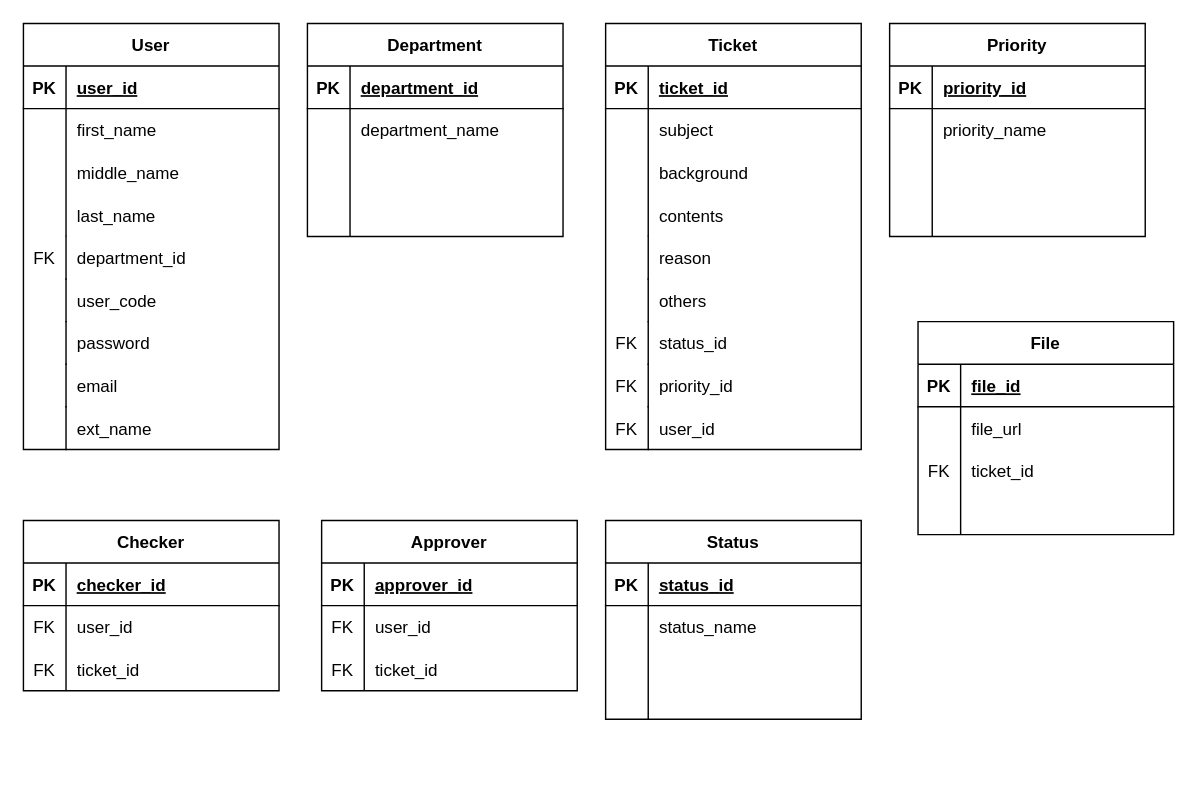
Before: diagrams/ERD.drawio in JRCRT/ticketing_system, a draw.io diagram. Source tidied: cells renumbered, new cells numbered last; positions are measured from the earlier drawing's top-left corner, leaving out a move shared by most shapes. Both pictures are drawn from the tidied source at 142%, with x=0, y=0 at pixel (23, 23).
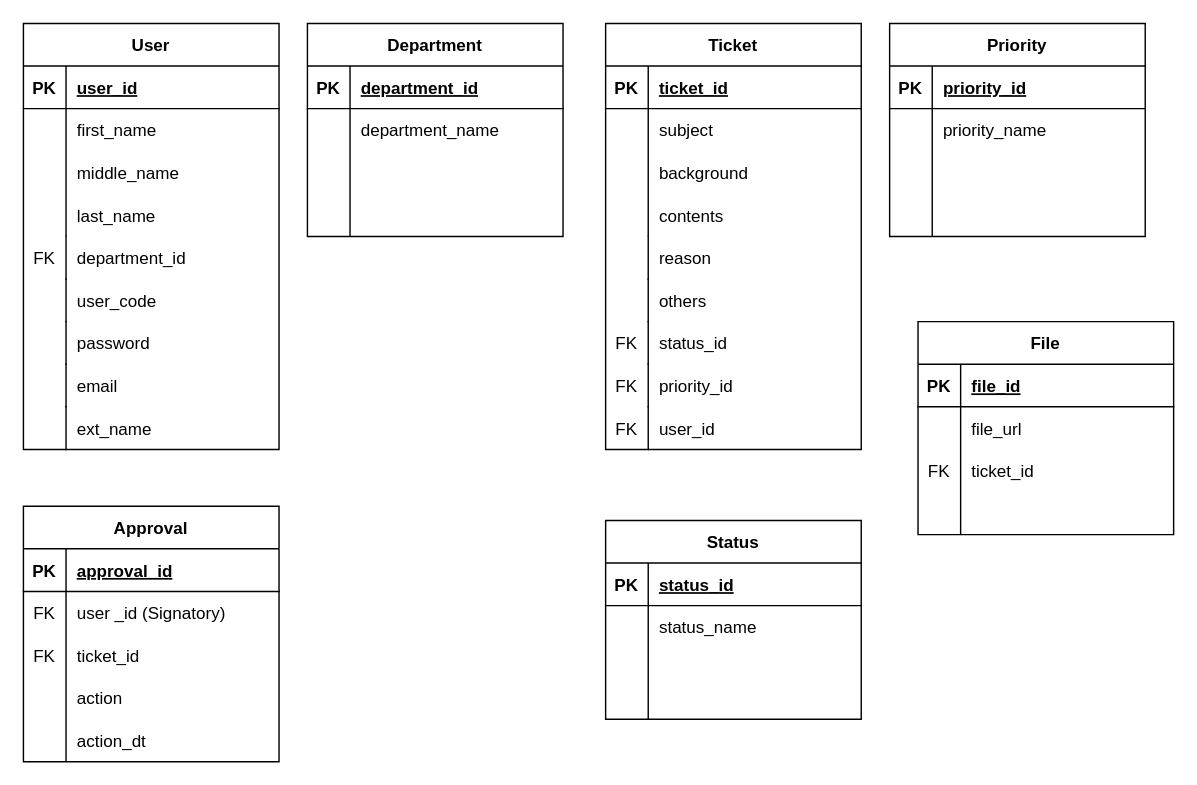
The same page after the edit.

Unchanged cells that the change refers to:
```xml
<mxCell id="63" style="shape=tableRow;horizontal=0;startSize=0;swimlaneHead=0;swimlaneBody=0;fillColor=none;top=0;left=0;right=0;bottom=1;" parent="62" vertex="1">
  <mxGeometry y="30" width="180" height="30" as="geometry" />
</mxCell>
<mxCell id="66" style="shape=tableRow;horizontal=0;startSize=0;swimlaneHead=0;swimlaneBody=0;fillColor=none;top=0;left=0;right=0;bottom=0;" parent="62" vertex="1">
  <mxGeometry y="60" width="180" height="30" as="geometry" />
</mxCell>
```

The edit, as a diff of the source:
```diff
@@
-    <mxCell id="52" value="Checker" style="shape=table;startSize=30;childLayout=tableLayout;rowLines=0;fontStyle=1;align=center;" parent="1" vertex="1">
-      <mxGeometry y="350" width="180" height="120" as="geometry" />
-    </mxCell>
-    <mxCell id="53" style="shape=tableRow;horizontal=0;startSize=0;swimlaneHead=0;swimlaneBody=0;fillColor=none;top=0;left=0;right=0;bottom=1;" parent="52" vertex="1">
-      <mxGeometry y="30" width="180" height="30" as="geometry" />
-    </mxCell>
-    <mxCell id="54" value="PK" style="shape=partialRectangle;fillColor=none;top=0;left=0;bottom=0;right=0;fontStyle=1;overflow=hidden;" parent="53" vertex="1">
-      <mxGeometry width="30" height="30" as="geometry" />
-    </mxCell>
-    <mxCell id="55" value="checker_id" style="shape=partialRectangle;fillColor=none;top=0;left=0;bottom=0;right=0;align=left;spacingLeft=6;fontStyle=5;overflow=hidden;" parent="53" vertex="1">
-      <mxGeometry x="30" width="150" height="30" as="geometry" />
-    </mxCell>
-    <mxCell id="56" style="shape=tableRow;horizontal=0;startSize=0;swimlaneHead=0;swimlaneBody=0;fillColor=none;top=0;left=0;right=0;bottom=0;" parent="52" vertex="1">
-      <mxGeometry y="60" width="180" height="30" as="geometry" />
-    </mxCell>
-    <mxCell id="57" value="FK" style="shape=partialRectangle;fillColor=none;top=0;left=0;bottom=0;right=0;overflow=hidden;" parent="56" vertex="1">
-      <mxGeometry width="30" height="30" as="geometry" />
-    </mxCell>
-    <mxCell id="58" value="user_id" style="shape=partialRectangle;fillColor=none;top=0;left=0;bottom=0;right=0;align=left;spacingLeft=6;overflow=hidden;" parent="56" vertex="1">
-      <mxGeometry x="30" width="150" height="30" as="geometry" />
-    </mxCell>
-    <mxCell id="59" style="shape=tableRow;horizontal=0;startSize=0;swimlaneHead=0;swimlaneBody=0;fillColor=none;top=0;left=0;right=0;bottom=0;" parent="52" vertex="1">
-      <mxGeometry y="90" width="180" height="30" as="geometry" />
-    </mxCell>
-    <mxCell id="60" value="FK" style="shape=partialRectangle;fillColor=none;top=0;left=0;bottom=0;right=0;overflow=hidden;" parent="59" vertex="1">
-      <mxGeometry width="30" height="30" as="geometry" />
-    </mxCell>
-    <mxCell id="61" value="ticket_id" style="shape=partialRectangle;fillColor=none;top=0;left=0;bottom=0;right=0;align=left;spacingLeft=6;overflow=hidden;" parent="59" vertex="1">
-      <mxGeometry x="30" width="150" height="30" as="geometry" />
-    </mxCell>
-    <mxCell id="62" value="Approver" style="shape=table;startSize=30;childLayout=tableLayout;rowLines=0;fontStyle=1;align=center;" parent="1" vertex="1">
-      <mxGeometry x="210" y="350" width="180" height="120" as="geometry" />
+    <mxCell id="62" value="Approval" style="shape=table;startSize=30;childLayout=tableLayout;rowLines=0;fontStyle=1;align=center;" parent="1" vertex="1">
+      <mxGeometry y="340" width="180" height="180" as="geometry" />
     </mxCell>
@@
-    <mxCell id="65" value="approver_id" style="shape=partialRectangle;fillColor=none;top=0;left=0;bottom=0;right=0;align=left;spacingLeft=6;fontStyle=5;overflow=hidden;" parent="63" vertex="1">
+    <mxCell id="65" value="approval_id" style="shape=partialRectangle;fillColor=none;top=0;left=0;bottom=0;right=0;align=left;spacingLeft=6;fontStyle=5;overflow=hidden;" parent="63" vertex="1">
       <mxGeometry x="30" width="150" height="30" as="geometry" />
     </mxCell>
@@
-    <mxCell id="68" value="user_id" style="shape=partialRectangle;fillColor=none;top=0;left=0;bottom=0;right=0;align=left;spacingLeft=6;overflow=hidden;" parent="66" vertex="1">
+    <mxCell id="68" value="user _id (Signatory)" style="shape=partialRectangle;fillColor=none;top=0;left=0;bottom=0;right=0;align=left;spacingLeft=6;overflow=hidden;" parent="66" vertex="1">
       <mxGeometry x="30" width="150" height="30" as="geometry" />
     </mxCell>
@@
+    <mxCell id="120" style="shape=tableRow;horizontal=0;startSize=0;swimlaneHead=0;swimlaneBody=0;fillColor=none;top=0;left=0;right=0;bottom=0;" parent="62" vertex="1">
+      <mxGeometry y="120" width="180" height="30" as="geometry" />
+    </mxCell>
+    <mxCell id="121" style="shape=partialRectangle;fillColor=none;top=0;left=0;bottom=0;right=0;overflow=hidden;" parent="120" vertex="1">
+      <mxGeometry width="30" height="30" as="geometry" />
+    </mxCell>
+    <mxCell id="122" value="action" style="shape=partialRectangle;fillColor=none;top=0;left=0;bottom=0;right=0;align=left;spacingLeft=6;overflow=hidden;" parent="120" vertex="1">
+      <mxGeometry x="30" width="150" height="30" as="geometry" />
+    </mxCell>
+    <mxCell id="123" style="shape=tableRow;horizontal=0;startSize=0;swimlaneHead=0;swimlaneBody=0;fillColor=none;top=0;left=0;right=0;bottom=0;" parent="62" vertex="1">
+      <mxGeometry y="150" width="180" height="30" as="geometry" />
+    </mxCell>
+    <mxCell id="124" style="shape=partialRectangle;fillColor=none;top=0;left=0;bottom=0;right=0;overflow=hidden;" parent="123" vertex="1">
+      <mxGeometry width="30" height="30" as="geometry" />
+    </mxCell>
+    <mxCell id="125" value="action_dt" style="shape=partialRectangle;fillColor=none;top=0;left=0;bottom=0;right=0;align=left;spacingLeft=6;overflow=hidden;" parent="123" vertex="1">
+      <mxGeometry x="30" width="150" height="30" as="geometry" />
+    </mxCell>
```
